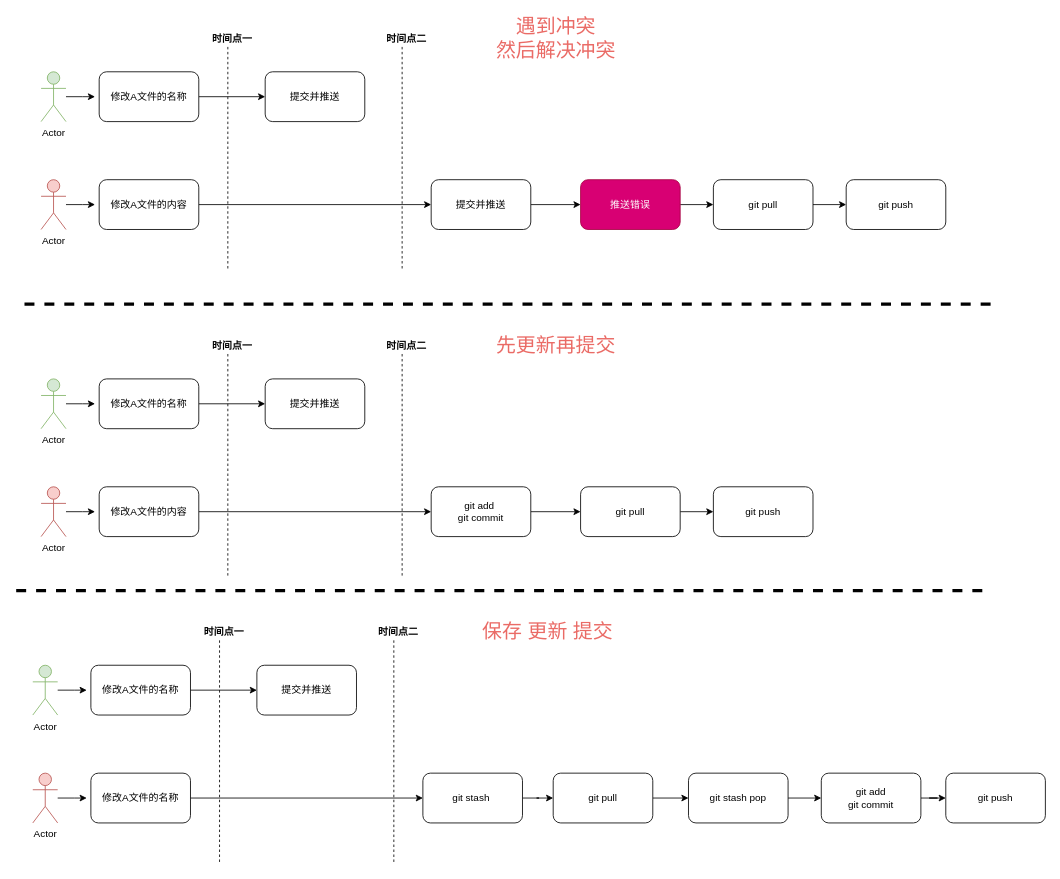
The draw.io diagram page "修改文件名和文件内容给你" (4 of 5) of git提交文件.drawio in fxiaoyu97/Algorithm-Utils, before the edit. Source tidied: cells renumbered, new cells numbered last; positions are measured from the earlier drawing's top-left corner, leaving out a move shared by most shapes. Both pictures are drawn from the tidied source at 83%, with x=0, y=0 at pixel (16, 22).
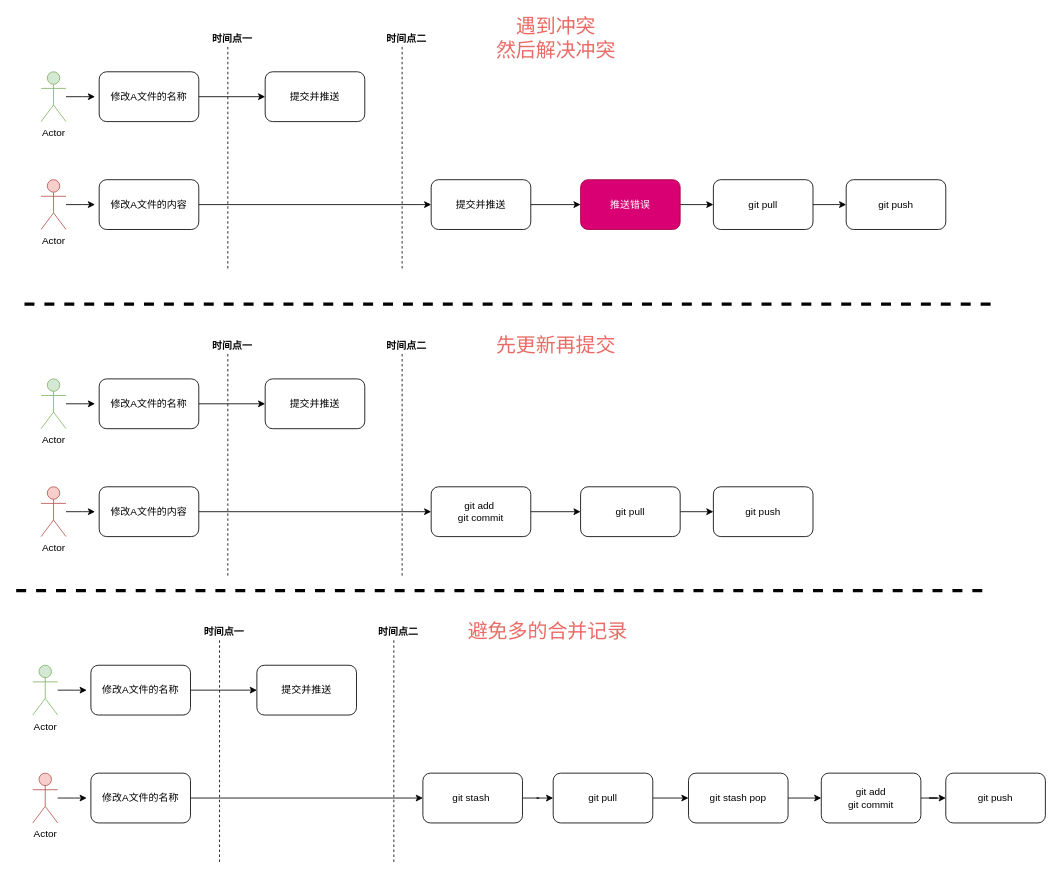
After the change.

Diff of the diagram source:
```diff
@@
-    <mxCell id="63" value="&lt;font color=&quot;#ea6b66&quot;&gt;&lt;span style=&quot;font-size: 24px;&quot;&gt;保存 更新 提交&lt;/span&gt;&lt;/font&gt;" style="text;html=1;align=center;verticalAlign=middle;strokeColor=none;fillColor=none;fontColor=#000000;" parent="1" vertex="1">
-      <mxGeometry x="555" y="725" width="170" height="20" as="geometry" />
+    <mxCell id="63" value="&lt;font color=&quot;#ea6b66&quot;&gt;&lt;span style=&quot;font-size: 24px;&quot;&gt;避免多的合并记录&lt;/span&gt;&lt;/font&gt;" style="text;html=1;align=center;verticalAlign=middle;strokeColor=none;fillColor=none;fontColor=#000000;" parent="1" vertex="1">
+      <mxGeometry x="535" y="725" width="210" height="20" as="geometry" />
     </mxCell>
```
